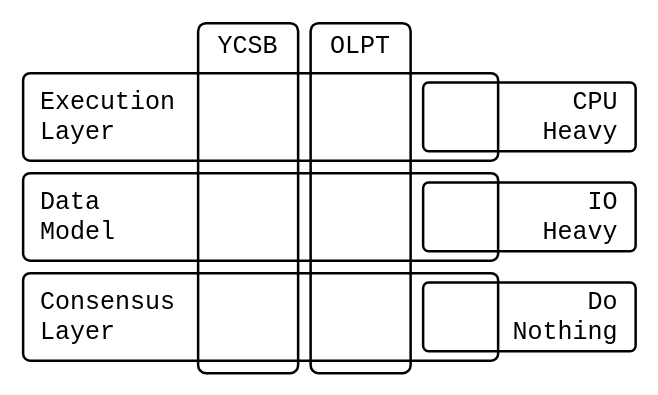
Before: diagrams/BlockBenchWorkloadLayers.drawio in David-Sat/blockbench-setup, a draw.io diagram. Source tidied: cells renumbered, new cells numbered last; positions are measured from the earlier drawing's top-left corner, leaving out a move shared by most shapes. Both pictures are drawn from the tidied source at 125%, with x=0, y=0 at pixel (22, 22).
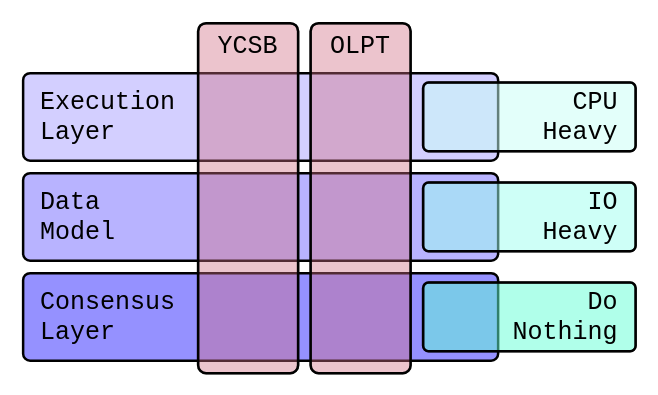
After the change.

What changed in the source:
```diff
@@
 <mxGraphModel>
   <root>
     <mxCell id="0" />
     <mxCell id="1" parent="0" />
-    <mxCell id="2" value="&lt;div style=&quot;font-size: 20px&quot;&gt;&amp;nbsp;Execution &lt;br style=&quot;font-size: 20px&quot;&gt;&lt;/div&gt;&lt;div style=&quot;font-size: 20px&quot;&gt;&amp;nbsp;Layer&lt;/div&gt;" style="rounded=1;whiteSpace=wrap;html=1;strokeWidth=2;align=left;fontSize=20;fontFamily=Courier New;arcSize=8;" parent="1" vertex="1">
+    <mxCell id="2" value="&lt;div style=&quot;font-size: 20px&quot;&gt;&amp;nbsp;Execution &lt;br style=&quot;font-size: 20px&quot;&gt;&lt;/div&gt;&lt;div style=&quot;font-size: 20px&quot;&gt;&amp;nbsp;Layer&lt;/div&gt;" style="rounded=1;whiteSpace=wrap;html=1;strokeWidth=2;align=left;fontSize=20;fontFamily=Courier New;arcSize=8;fillColor=#D3CFFF;" parent="1" vertex="1">
       <mxGeometry y="40" width="380" height="70" as="geometry" />
     </mxCell>
-    <mxCell id="3" value="&lt;div&gt;&amp;nbsp;Data&lt;/div&gt;&lt;div&gt;&amp;nbsp;Model&lt;br&gt;&lt;/div&gt;" style="rounded=1;whiteSpace=wrap;html=1;strokeWidth=2;align=left;fontSize=20;fontFamily=Courier New;arcSize=8;" parent="1" vertex="1">
+    <mxCell id="3" value="&lt;div&gt;&amp;nbsp;Data&lt;/div&gt;&lt;div&gt;&amp;nbsp;Model&lt;br&gt;&lt;/div&gt;" style="rounded=1;whiteSpace=wrap;html=1;strokeWidth=2;align=left;fontSize=20;fontFamily=Courier New;arcSize=8;fillColor=#B8B3FF;" parent="1" vertex="1">
       <mxGeometry y="120" width="380" height="70" as="geometry" />
     </mxCell>
-    <mxCell id="4" value="&lt;div style=&quot;font-size: 20px&quot;&gt;&amp;nbsp;Consensus&lt;/div&gt;&lt;div style=&quot;font-size: 20px&quot;&gt;&amp;nbsp;Layer&lt;br&gt;&lt;/div&gt;" style="rounded=1;whiteSpace=wrap;html=1;strokeWidth=2;align=left;fontSize=20;fontFamily=Courier New;arcSize=8;" parent="1" vertex="1">
+    <mxCell id="4" value="&lt;div style=&quot;font-size: 20px&quot;&gt;&amp;nbsp;Consensus&lt;/div&gt;&lt;div style=&quot;font-size: 20px&quot;&gt;&amp;nbsp;Layer&lt;br&gt;&lt;/div&gt;" style="rounded=1;whiteSpace=wrap;html=1;strokeWidth=2;align=left;fontSize=20;fontFamily=Courier New;arcSize=8;fillColor=#9591FF;" parent="1" vertex="1">
       <mxGeometry y="200" width="380" height="70" as="geometry" />
     </mxCell>
+    <mxCell id="11" style="rounded=1;whiteSpace=wrap;html=1;strokeWidth=2;align=right;fontSize=20;fontFamily=Courier New;arcSize=8;perimeterSpacing=0;opacity=50;fillColor=#63FFD6;" parent="1" vertex="1">
+      <mxGeometry x="320" y="207.5" width="170" height="55" as="geometry" />
+    </mxCell>
+    <mxCell id="12" style="rounded=1;whiteSpace=wrap;html=1;strokeWidth=2;align=right;fontSize=20;fontFamily=Courier New;arcSize=8;perimeterSpacing=0;opacity=50;fillColor=#9EFFEF;" parent="1" vertex="1">
+      <mxGeometry x="320" y="127.5" width="170" height="55" as="geometry" />
+    </mxCell>
+    <mxCell id="13" style="rounded=1;whiteSpace=wrap;html=1;strokeWidth=2;align=right;fontSize=20;fontFamily=Courier New;arcSize=8;perimeterSpacing=0;opacity=50;fillColor=#C7FFF6;" parent="1" vertex="1">
+      <mxGeometry x="320" y="47.5" width="170" height="55" as="geometry" />
+    </mxCell>
+    <mxCell id="14" style="rounded=1;whiteSpace=wrap;html=1;strokeWidth=2;align=center;fontSize=20;fontFamily=Courier New;arcSize=8;perimeterSpacing=0;verticalAlign=top;opacity=40;fillColor=#D06C83;" parent="1" vertex="1">
+      <mxGeometry x="140" width="80" height="280" as="geometry" />
+    </mxCell>
+    <mxCell id="15" style="rounded=1;whiteSpace=wrap;html=1;strokeWidth=2;align=center;fontSize=20;fontFamily=Courier New;arcSize=8;perimeterSpacing=0;verticalAlign=top;opacity=40;fillColor=#D06C83;" parent="1" vertex="1">
+      <mxGeometry x="230" width="80" height="280" as="geometry" />
+    </mxCell>
     <mxCell id="5" value="YCSB" style="rounded=1;whiteSpace=wrap;html=1;strokeWidth=2;align=center;fontSize=20;fontFamily=Courier New;arcSize=8;perimeterSpacing=0;fillColor=none;verticalAlign=top;" parent="1" vertex="1">
       <mxGeometry x="140" width="80" height="280" as="geometry" />
     </mxCell>
     <mxCell id="6" value="OLPT" style="rounded=1;whiteSpace=wrap;html=1;strokeWidth=2;align=center;fontSize=20;fontFamily=Courier New;arcSize=8;perimeterSpacing=0;fillColor=none;verticalAlign=top;" parent="1" vertex="1">
       <mxGeometry x="230" width="80" height="280" as="geometry" />
     </mxCell>
-    <mxCell id="7" style="group;" parent="1" vertex="1">
-      <mxGeometry x="320" y="47.5" width="170" height="215" as="geometry" />
-    </mxCell>
-    <mxCell id="8" value="&lt;div style=&quot;font-size: 20px&quot;&gt;&amp;nbsp;CPU&amp;nbsp; &lt;br style=&quot;font-size: 20px&quot;&gt;&lt;/div&gt;&lt;div style=&quot;font-size: 20px&quot;&gt;&amp;nbsp;Heavy&amp;nbsp; &lt;br&gt;&lt;/div&gt;" style="rounded=1;whiteSpace=wrap;html=1;strokeWidth=2;align=right;fontSize=20;fontFamily=Courier New;arcSize=8;perimeterSpacing=0;fillColor=none;" parent="7" vertex="1">
-      <mxGeometry width="170" height="55" as="geometry" />
+    <mxCell id="8" value="&lt;div style=&quot;font-size: 20px&quot;&gt;&amp;nbsp;CPU&amp;nbsp; &lt;br style=&quot;font-size: 20px&quot;&gt;&lt;/div&gt;&lt;div style=&quot;font-size: 20px&quot;&gt;&amp;nbsp;Heavy&amp;nbsp; &lt;br&gt;&lt;/div&gt;" style="rounded=1;whiteSpace=wrap;html=1;strokeWidth=2;align=right;fontSize=20;fontFamily=Courier New;arcSize=8;perimeterSpacing=0;fillColor=none;" parent="1" vertex="1">
+      <mxGeometry x="320" y="47.5" width="170" height="55" as="geometry" />
     </mxCell>
-    <mxCell id="9" value="&lt;div style=&quot;font-size: 20px&quot;&gt;&amp;nbsp;IO&amp;nbsp; &lt;br style=&quot;font-size: 20px&quot;&gt;&lt;/div&gt;&lt;div style=&quot;font-size: 20px&quot;&gt;&amp;nbsp;Heavy&amp;nbsp; &lt;br&gt;&lt;/div&gt;" style="rounded=1;whiteSpace=wrap;html=1;strokeWidth=2;align=right;fontSize=20;fontFamily=Courier New;arcSize=8;perimeterSpacing=0;fillColor=none;" parent="7" vertex="1">
-      <mxGeometry y="80" width="170" height="55" as="geometry" />
+    <mxCell id="9" value="&lt;div style=&quot;font-size: 20px&quot;&gt;&amp;nbsp;IO&amp;nbsp; &lt;br style=&quot;font-size: 20px&quot;&gt;&lt;/div&gt;&lt;div style=&quot;font-size: 20px&quot;&gt;&amp;nbsp;Heavy&amp;nbsp; &lt;br&gt;&lt;/div&gt;" style="rounded=1;whiteSpace=wrap;html=1;strokeWidth=2;align=right;fontSize=20;fontFamily=Courier New;arcSize=8;perimeterSpacing=0;fillColor=none;" parent="1" vertex="1">
+      <mxGeometry x="320" y="127.5" width="170" height="55" as="geometry" />
     </mxCell>
-    <mxCell id="10" value="&lt;div style=&quot;font-size: 20px&quot;&gt;&amp;nbsp;Do&amp;nbsp; &lt;br style=&quot;font-size: 20px&quot;&gt;&lt;/div&gt;&lt;div style=&quot;font-size: 20px&quot;&gt;&amp;nbsp;Nothing&amp;nbsp; &lt;br&gt;&lt;/div&gt;" style="rounded=1;whiteSpace=wrap;html=1;strokeWidth=2;align=right;fontSize=20;fontFamily=Courier New;arcSize=8;perimeterSpacing=0;fillColor=none;" parent="7" vertex="1">
-      <mxGeometry y="160" width="170" height="55" as="geometry" />
+    <mxCell id="10" value="&lt;div style=&quot;font-size: 20px&quot;&gt;&amp;nbsp;Do&amp;nbsp; &lt;br style=&quot;font-size: 20px&quot;&gt;&lt;/div&gt;&lt;div style=&quot;font-size: 20px&quot;&gt;&amp;nbsp;Nothing&amp;nbsp; &lt;br&gt;&lt;/div&gt;" style="rounded=1;whiteSpace=wrap;html=1;strokeWidth=2;align=right;fontSize=20;fontFamily=Courier New;arcSize=8;perimeterSpacing=0;fillColor=none;" parent="1" vertex="1">
+      <mxGeometry x="320" y="207.5" width="170" height="55" as="geometry" />
     </mxCell>
   </root>
 </mxGraphModel>
```
